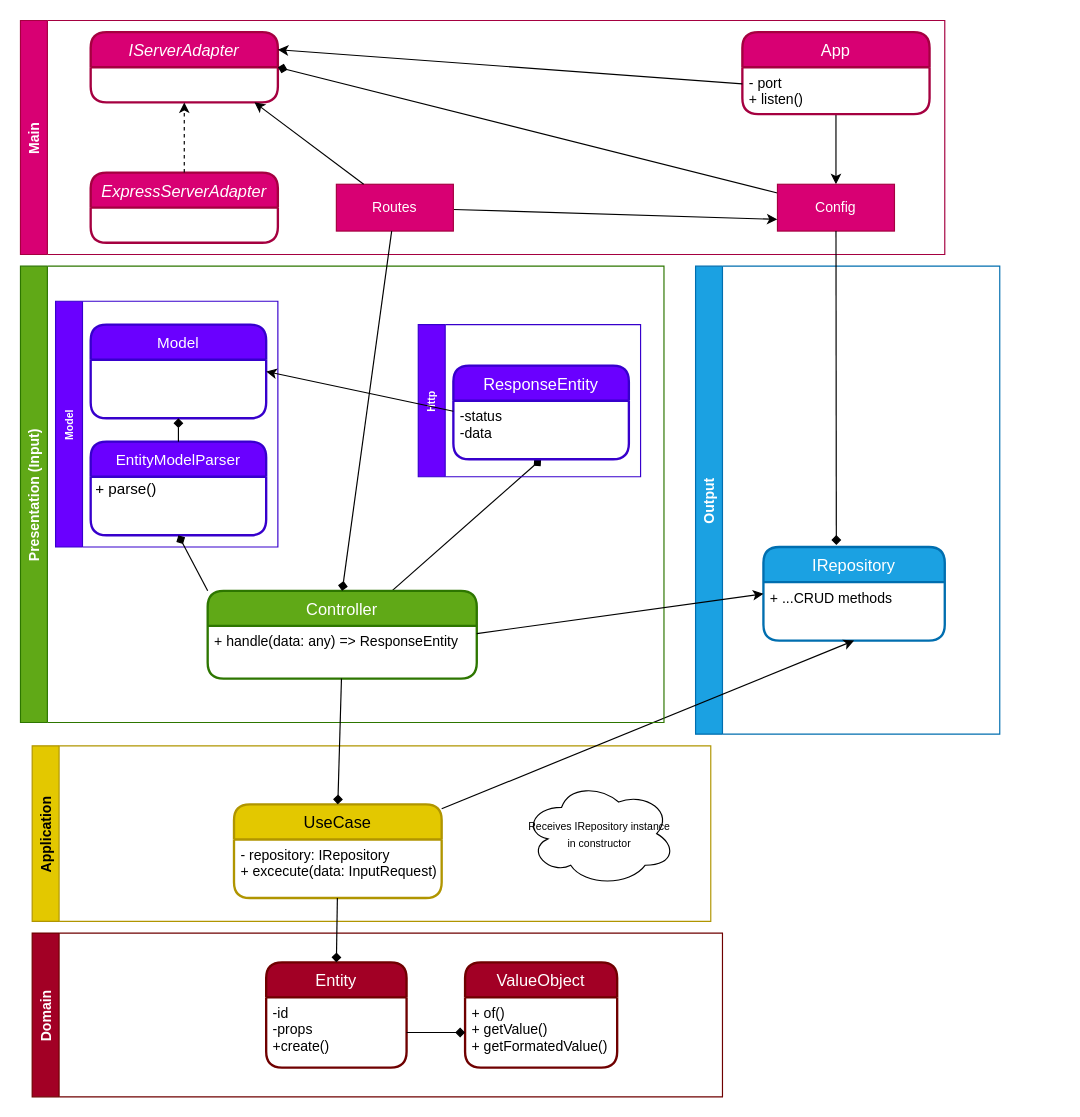
Above: diagram.drawio in flwedu/punk-barbershop-backend (draw.io), before the change. Source tidied: cells renumbered, new cells numbered last; positions are measured from the earlier drawing's top-left corner, leaving out a move shared by most shapes. Both pictures are drawn from the tidied source at 117%, with x=0, y=0 at pixel (20, 20).
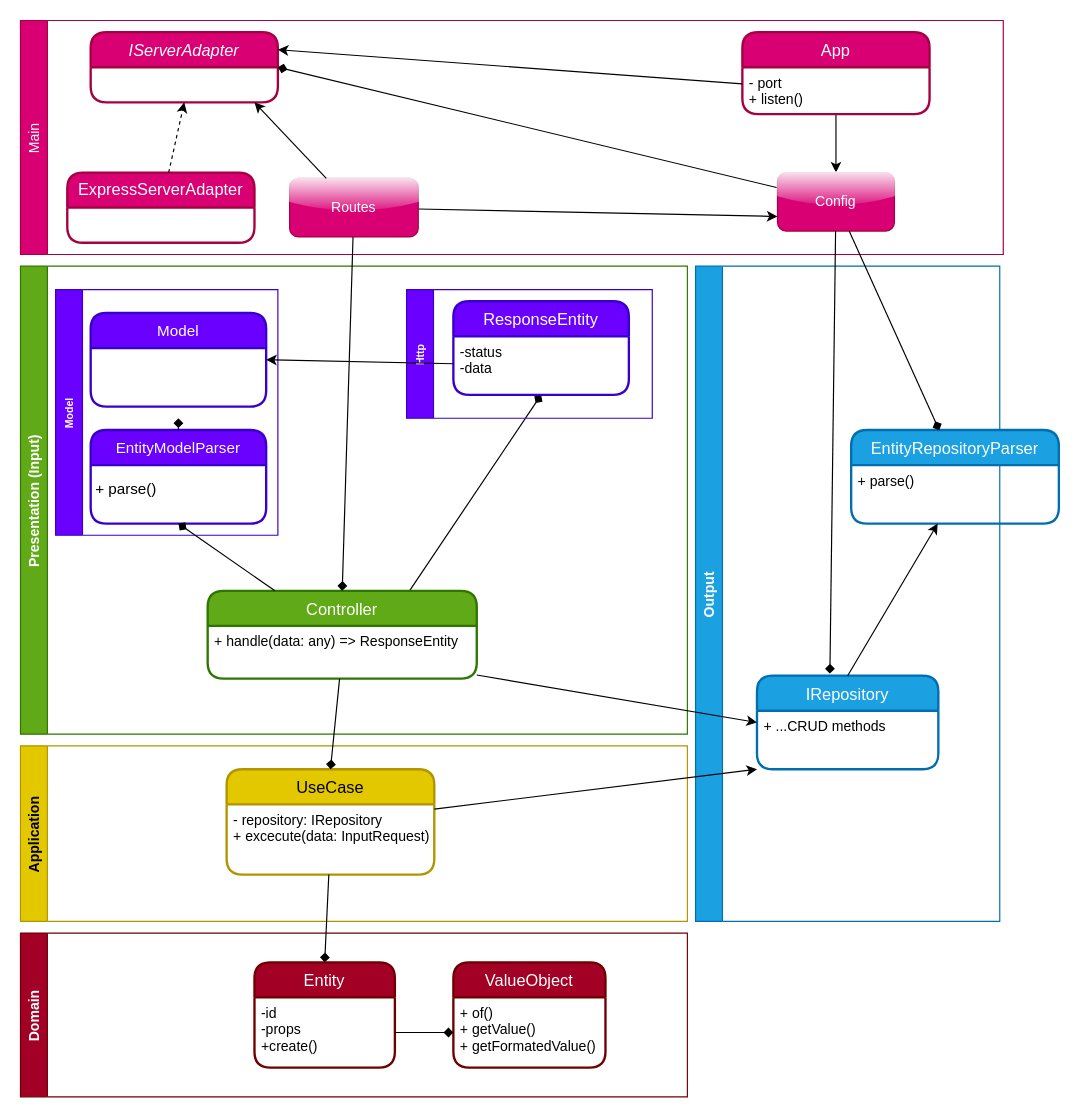
The same page after the edit.

Unchanged cells that the change refers to:
```xml
<mxCell id="14" value="+ ...CRUD methods" style="align=left;strokeColor=none;fillColor=none;spacingLeft=4;fontSize=12;verticalAlign=top;" parent="13" vertex="1">
  <mxGeometry y="30" width="155" height="50" as="geometry" />
</mxCell>
<mxCell id="18" value="Controller" style="swimlane;horizontal=1;startSize=30;rounded=1;fontSize=14;fontStyle=0;strokeWidth=2;shadow=0;dashed=0;align=center;fillColor=#60a917;fontColor=#ffffff;strokeColor=#2D7600;" parent="16" vertex="1">
  <mxGeometry x="160" y="277.5" width="230" height="75" as="geometry" />
</mxCell>
<mxCell id="22" value="-status&#10;-data" style="align=left;strokeColor=none;fillColor=none;spacingLeft=4;fontSize=12;verticalAlign=top;" parent="21" vertex="1">
  <mxGeometry y="30" width="150" height="50" as="geometry" />
</mxCell>
<mxCell id="24" value="EntityModelParser" style="swimlane;horizontal=1;startSize=30;rounded=1;fontSize=13;fontStyle=0;strokeWidth=2;shadow=0;dashed=0;align=center;fillColor=#6a00ff;fontColor=#ffffff;strokeColor=#3700CC;" parent="23" vertex="1">
  <mxGeometry x="30" y="120" width="150" height="80" as="geometry" />
</mxCell>
```

Change to the diagram source:
```diff
@@
     <mxCell id="2" value="Domain" style="swimlane;horizontal=0;fillColor=#a20025;fontColor=#ffffff;strokeColor=#6F0000;" parent="1" vertex="1">
-      <mxGeometry x="10" y="780" width="590" height="140" as="geometry" />
+      <mxGeometry y="780" width="570" height="140" as="geometry" />
     </mxCell>
@@
     <mxCell id="8" value="Application" style="swimlane;horizontal=0;fillColor=#e3c800;fontColor=#000000;strokeColor=#B09500;" parent="1" vertex="1">
-      <mxGeometry x="10" y="620" width="580" height="150" as="geometry" />
+      <mxGeometry y="620" width="570" height="150" as="geometry" />
     </mxCell>
     <mxCell id="9" value="UseCase" style="swimlane;horizontal=1;startSize=30;rounded=1;fontSize=14;fontStyle=0;strokeWidth=2;shadow=0;dashed=0;align=center;fillColor=#e3c800;fontColor=#000000;strokeColor=#B09500;" parent="8" vertex="1">
-      <mxGeometry x="172.5" y="50" width="177.5" height="80" as="geometry" />
+      <mxGeometry x="176.2" y="20" width="177.5" height="90" as="geometry" />
     </mxCell>
     <mxCell id="10" value="- repository: IRepository&#10;+ excecute(data: InputRequest)" style="align=left;strokeColor=none;fillColor=none;spacingLeft=4;fontSize=12;verticalAlign=top;" parent="9" vertex="1">
-      <mxGeometry y="30" width="177.5" height="50" as="geometry" />
+      <mxGeometry y="30" width="177.5" height="60" as="geometry" />
     </mxCell>
-    <mxCell id="11" value="&lt;div&gt;&lt;span&gt;&lt;font style=&quot;font-size: 9px&quot;&gt;Receives IRepository instance in constructor&lt;/font&gt;&lt;/span&gt;&lt;/div&gt;" style="ellipse;shape=cloud;whiteSpace=wrap;html=1;align=center;" parent="8" vertex="1">
-      <mxGeometry x="420" y="30" width="130" height="90" as="geometry" />
-    </mxCell>
     <mxCell id="12" value="Output" style="swimlane;horizontal=0;fillColor=#1ba1e2;fontColor=#ffffff;strokeColor=#006EAF;" parent="1" vertex="1">
-      <mxGeometry x="577" y="210" width="260" height="400" as="geometry" />
+      <mxGeometry x="577" y="210" width="260" height="560" as="geometry" />
     </mxCell>
     <mxCell id="13" value="IRepository" style="swimlane;horizontal=1;startSize=30;rounded=1;fontSize=14;fontStyle=0;strokeWidth=2;shadow=0;dashed=0;align=center;fillColor=#1ba1e2;strokeColor=#006EAF;fontColor=#ffffff;" parent="12" vertex="1">
-      <mxGeometry x="58" y="240" width="155" height="80" as="geometry" />
+      <mxGeometry x="52.5" y="350" width="155" height="80" as="geometry" />
     </mxCell>
@@
+    <mxCell id="48" value="EntityRepositoryParser" style="swimlane;horizontal=1;startSize=30;rounded=1;fontSize=14;fontStyle=0;strokeWidth=2;shadow=0;dashed=0;align=center;fillColor=#1ba1e2;strokeColor=#006EAF;fontColor=#ffffff;" parent="12" vertex="1">
+      <mxGeometry x="133" y="140" width="177.5" height="80" as="geometry" />
+    </mxCell>
+    <mxCell id="49" value="+ parse()" style="align=left;strokeColor=none;fillColor=none;spacingLeft=4;fontSize=12;verticalAlign=top;" parent="48" vertex="1">
+      <mxGeometry y="30" width="177.5" height="50" as="geometry" />
+    </mxCell>
+    <mxCell id="50" style="edgeStyle=none;html=1;exitX=0.5;exitY=0;exitDx=0;exitDy=0;" parent="12" edge="1" source="13" target="49">
+      <mxGeometry relative="1" as="geometry" />
+    </mxCell>
-    <mxCell id="15" style="edgeStyle=none;html=1;entryX=0.5;entryY=1;entryDx=0;entryDy=0;endArrow=classic;endFill=1;" parent="1" edge="1" source="9" target="14">
+    <mxCell id="15" style="edgeStyle=none;html=1;entryX=0;entryY=1;entryDx=0;entryDy=0;endArrow=classic;endFill=1;" parent="1" edge="1" source="9" target="14">
       <mxGeometry relative="1" as="geometry" />
     </mxCell>
     <mxCell id="16" value="Presentation (Input)" style="swimlane;horizontal=0;fillColor=#60a917;fontColor=#ffffff;strokeColor=#2D7600;" parent="1" vertex="1">
-      <mxGeometry y="210" width="550" height="390" as="geometry" />
+      <mxGeometry y="210" width="570" height="400" as="geometry" />
     </mxCell>
-    <mxCell id="17" style="edgeStyle=none;html=1;entryX=0.5;entryY=1;entryDx=0;entryDy=0;fontSize=9;endArrow=diamond;endFill=1;" parent="16" edge="1" source="18" target="22">
+    <mxCell id="17" style="edgeStyle=none;html=1;entryX=0.5;entryY=1;entryDx=0;entryDy=0;fontSize=9;endArrow=diamond;endFill=1;exitX=0.75;exitY=0;exitDx=0;exitDy=0;" parent="16" edge="1" source="18" target="22">
       <mxGeometry relative="1" as="geometry" />
     </mxCell>
@@
     <mxCell id="20" value="Http" style="swimlane;horizontal=0;fontSize=9;fillColor=#6a00ff;fontColor=#ffffff;strokeColor=#3700CC;" parent="16" vertex="1">
-      <mxGeometry x="340" y="50" width="190" height="130" as="geometry" />
+      <mxGeometry x="330" y="20" width="210" height="110" as="geometry" />
     </mxCell>
     <mxCell id="21" value="ResponseEntity" style="swimlane;horizontal=1;startSize=30;rounded=1;fontSize=14;fontStyle=0;strokeWidth=2;shadow=0;dashed=0;align=center;fillColor=#6a00ff;fontColor=#ffffff;strokeColor=#3700CC;" parent="20" vertex="1">
-      <mxGeometry x="30" y="35" width="150" height="80" as="geometry" />
+      <mxGeometry x="40" y="10" width="150" height="80" as="geometry" />
     </mxCell>
@@
     <mxCell id="23" value="Model" style="swimlane;horizontal=0;fontSize=9;fillColor=#6a00ff;fontColor=#ffffff;strokeColor=#3700CC;" parent="16" vertex="1">
-      <mxGeometry x="30" y="30" width="190" height="210" as="geometry" />
+      <mxGeometry x="30" y="20" width="190" height="210" as="geometry" />
     </mxCell>
@@
-    <mxCell id="26" style="edgeStyle=none;html=1;entryX=0.5;entryY=1;entryDx=0;entryDy=0;fontSize=9;endArrow=diamond;endFill=1;exitX=0;exitY=0;exitDx=0;exitDy=0;" parent="16" edge="1" source="18" target="24">
+    <mxCell id="26" style="edgeStyle=none;html=1;entryX=0.5;entryY=1;entryDx=0;entryDy=0;fontSize=9;endArrow=diamond;endFill=1;exitX=0.25;exitY=0;exitDx=0;exitDy=0;" parent="16" edge="1" source="18" target="24">
       <mxGeometry relative="1" as="geometry" />
     </mxCell>
@@
-    <mxCell id="33" value="Main" style="swimlane;horizontal=0;fillColor=#d80073;strokeColor=#A50040;glass=0;shadow=0;fontColor=#ffffff;" parent="1" vertex="1">
-      <mxGeometry width="790" height="200" as="geometry" />
+    <mxCell id="33" value="Main" style="swimlane;horizontal=0;fillColor=#d80073;strokeColor=#A50040;glass=0;shadow=0;fontColor=#ffffff;fontStyle=0;" parent="1" vertex="1">
+      <mxGeometry width="840" height="200" as="geometry" />
     </mxCell>
@@
-    <mxCell id="36" value="ExpressServerAdapter" style="swimlane;horizontal=1;startSize=30;rounded=1;fontSize=14;fontStyle=2;strokeWidth=2;shadow=0;dashed=0;align=center;glass=0;fillColor=#d80073;fontColor=#ffffff;strokeColor=#A50040;" parent="33" vertex="1">
-      <mxGeometry x="60" y="130" width="160" height="60" as="geometry" />
+    <mxCell id="36" value="ExpressServerAdapter" style="swimlane;horizontal=1;startSize=30;rounded=1;fontSize=14;fontStyle=0;strokeWidth=2;shadow=0;dashed=0;align=center;glass=0;fillColor=#d80073;fontColor=#ffffff;strokeColor=#A50040;verticalAlign=top;" parent="33" vertex="1">
+      <mxGeometry x="40" y="130" width="160" height="60" as="geometry" />
     </mxCell>
@@
-    <mxCell id="39" value="Config" style="whiteSpace=wrap;html=1;align=center;shadow=0;glass=0;fillColor=#d80073;fontColor=#ffffff;strokeColor=#A50040;" parent="33" vertex="1">
-      <mxGeometry x="647" y="140" width="100" height="40" as="geometry" />
+    <mxCell id="39" value="Config" style="whiteSpace=wrap;html=1;align=center;shadow=0;glass=1;fillColor=#d80073;fontColor=#ffffff;strokeColor=#A50040;gradientColor=none;rounded=1;" parent="33" vertex="1">
+      <mxGeometry x="647" y="130" width="100" height="50" as="geometry" />
     </mxCell>
@@
-    <mxCell id="43" value="Routes" style="whiteSpace=wrap;html=1;align=center;shadow=0;glass=0;fillColor=#d80073;fontColor=#ffffff;strokeColor=#A50040;" parent="33" vertex="1">
-      <mxGeometry x="270" y="140" width="100" height="40" as="geometry" />
+    <mxCell id="43" value="Routes" style="whiteSpace=wrap;html=1;align=center;shadow=0;glass=1;fillColor=#d80073;fontColor=#ffffff;strokeColor=#A50040;rounded=1;" parent="33" vertex="1">
+      <mxGeometry x="230" y="135" width="110" height="50" as="geometry" />
     </mxCell>
@@
+    <mxCell id="51" style="edgeStyle=none;html=1;entryX=0.424;entryY=0.002;entryDx=0;entryDy=0;entryPerimeter=0;endArrow=diamond;endFill=1;" parent="1" edge="1" source="39" target="48">
+      <mxGeometry relative="1" as="geometry" />
+    </mxCell>
```
